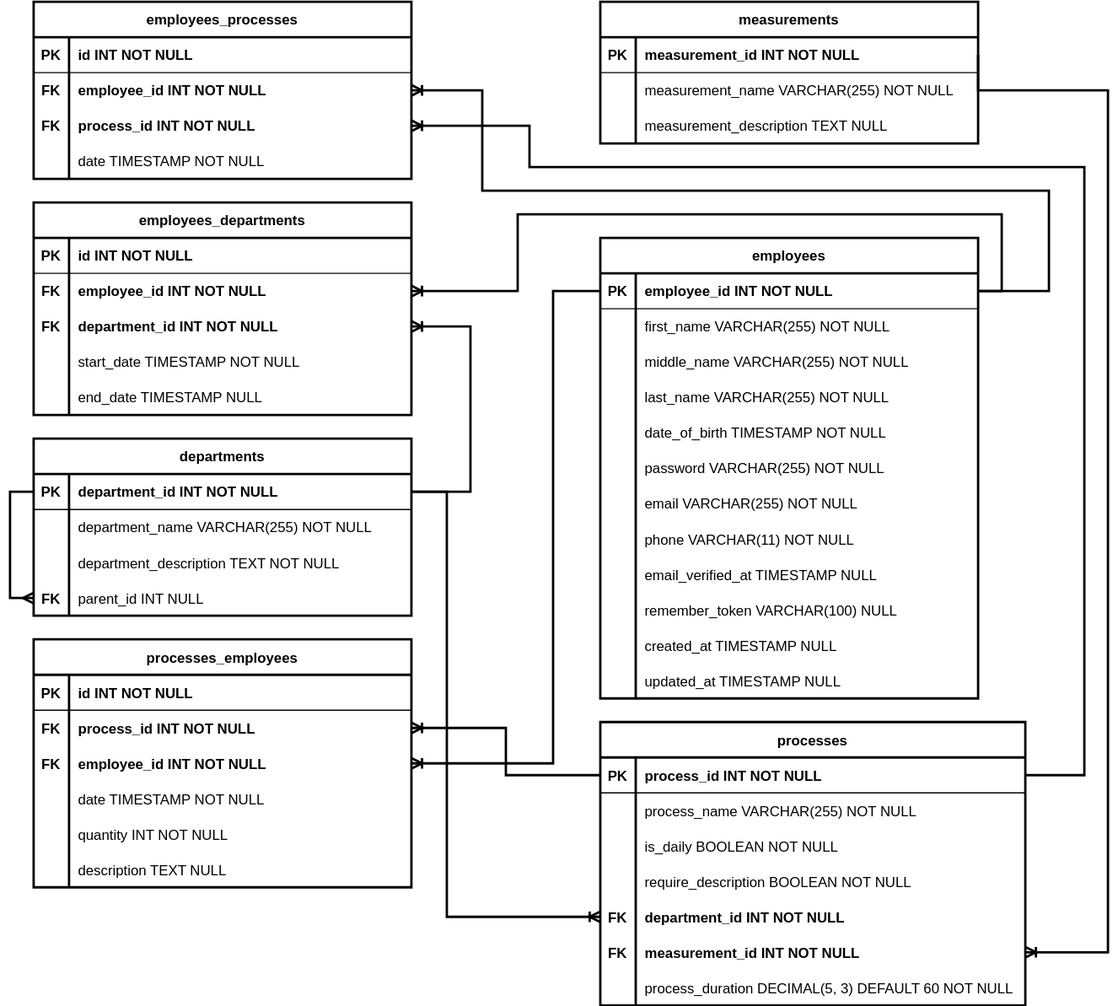
The draw.io diagram DatabaseStructure/DB structure new.drawio.svg in JNorri/library_time, before a commit. Source tidied: cells renumbered, new cells last; positions are measured from the earlier drawing's top-left corner, leaving out a move shared by most shapes.
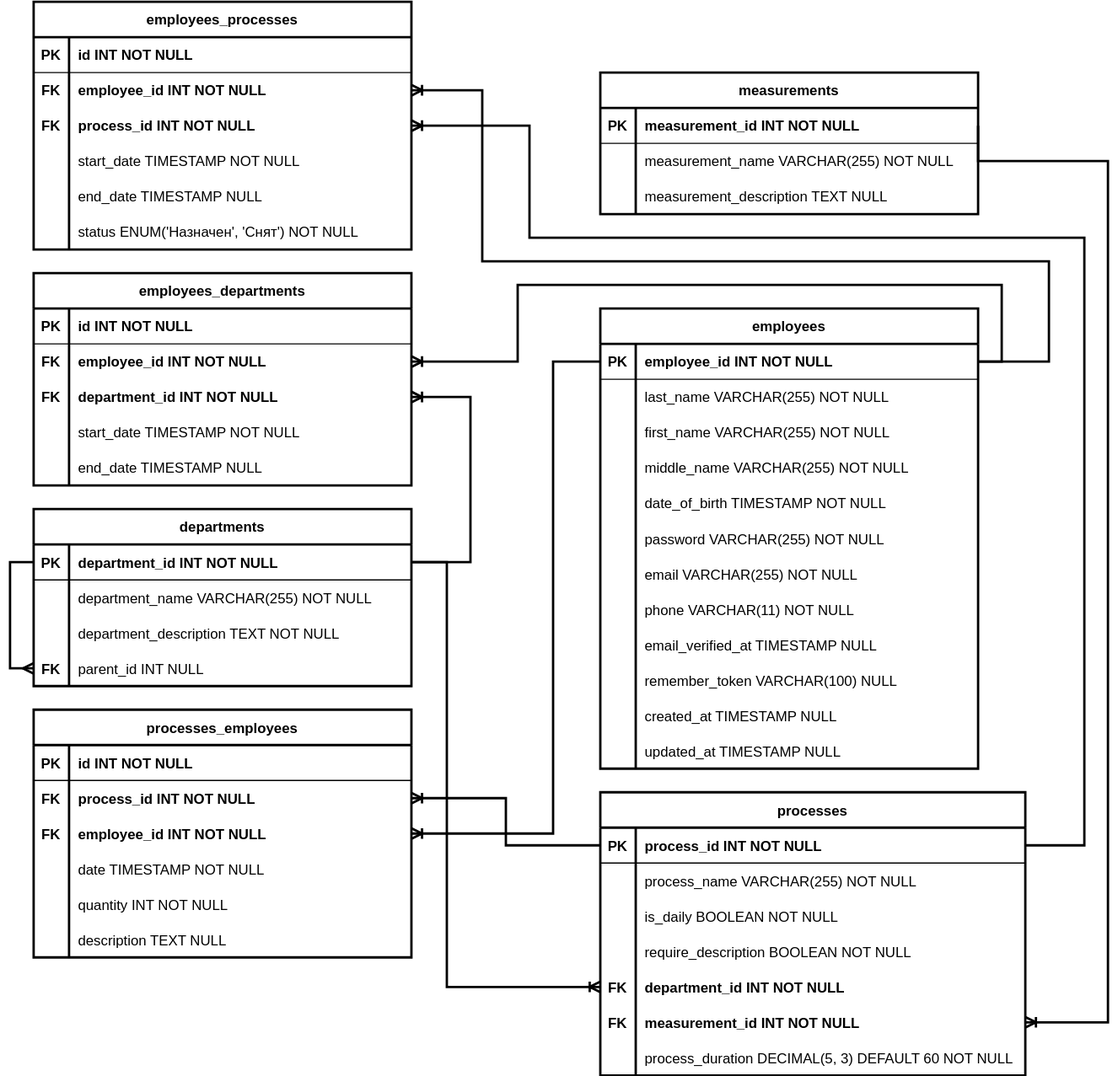
After the change.

Diff of the diagram source:
```diff
@@ -110,8 +110,17 @@
     <mxCell id="37" value="employee_id&#9;&#9;   INT NOT NULL" style="shape=partialRectangle;overflow=hidden;fillColor=none;align=left;strokeColor=inherit;top=0;left=0;bottom=0;right=0;spacingLeft=6;fontStyle=1;" parent="35" vertex="1">
       <mxGeometry x="30" width="290" height="30" as="geometry" />
     </mxCell>
+    <mxCell id="44" style="shape=tableRow;horizontal=0;startSize=0;swimlaneHead=0;swimlaneBody=0;fillColor=none;strokeColor=inherit;top=0;left=0;right=0;bottom=0;" parent="34" vertex="1">
+      <mxGeometry y="60" width="320" height="30" as="geometry" />
+    </mxCell>
+    <mxCell id="45" style="shape=partialRectangle;overflow=hidden;fillColor=none;strokeColor=inherit;top=0;left=0;bottom=0;right=0;" parent="44" vertex="1">
+      <mxGeometry width="30" height="30" as="geometry" />
+    </mxCell>
+    <mxCell id="46" value="last_name              VARCHAR(255)                      &#9;NOT NULL" style="shape=partialRectangle;overflow=hidden;fillColor=none;align=left;strokeColor=inherit;top=0;left=0;bottom=0;right=0;spacingLeft=6;" parent="44" vertex="1">
+      <mxGeometry x="30" width="290" height="30" as="geometry" />
+    </mxCell>
     <mxCell id="38" style="shape=tableRow;horizontal=0;startSize=0;swimlaneHead=0;swimlaneBody=0;fillColor=none;strokeColor=inherit;top=0;left=0;right=0;bottom=0;" parent="34" vertex="1">
-      <mxGeometry y="60" width="320" height="30" as="geometry" />
+      <mxGeometry y="90" width="320" height="30" as="geometry" />
     </mxCell>
     <mxCell id="39" style="shape=partialRectangle;overflow=hidden;fillColor=none;strokeColor=inherit;top=0;left=0;bottom=0;right=0;" parent="38" vertex="1">
       <mxGeometry width="30" height="30" as="geometry" />
@@ -120,7 +129,7 @@
       <mxGeometry x="30" width="290" height="30" as="geometry" />
     </mxCell>
     <mxCell id="41" style="shape=tableRow;horizontal=0;startSize=0;swimlaneHead=0;swimlaneBody=0;fillColor=none;strokeColor=inherit;top=0;left=0;right=0;bottom=0;" parent="34" vertex="1">
-      <mxGeometry y="90" width="320" height="30" as="geometry" />
+      <mxGeometry y="120" width="320" height="30" as="geometry" />
     </mxCell>
     <mxCell id="42" style="shape=partialRectangle;overflow=hidden;fillColor=none;strokeColor=inherit;top=0;left=0;bottom=0;right=0;" parent="41" vertex="1">
       <mxGeometry width="30" height="30" as="geometry" />
@@ -128,15 +137,6 @@
     <mxCell id="43" value="middle_name            VARCHAR(255)                      &#9;NOT NULL" style="shape=partialRectangle;overflow=hidden;fillColor=none;align=left;strokeColor=inherit;top=0;left=0;bottom=0;right=0;spacingLeft=6;" parent="41" vertex="1">
       <mxGeometry x="30" width="290" height="30" as="geometry" />
     </mxCell>
-    <mxCell id="44" style="shape=tableRow;horizontal=0;startSize=0;swimlaneHead=0;swimlaneBody=0;fillColor=none;strokeColor=inherit;top=0;left=0;right=0;bottom=0;" parent="34" vertex="1">
-      <mxGeometry y="120" width="320" height="30" as="geometry" />
-    </mxCell>
-    <mxCell id="45" style="shape=partialRectangle;overflow=hidden;fillColor=none;strokeColor=inherit;top=0;left=0;bottom=0;right=0;" parent="44" vertex="1">
-      <mxGeometry width="30" height="30" as="geometry" />
-    </mxCell>
-    <mxCell id="46" value="last_name              VARCHAR(255)                      &#9;NOT NULL" style="shape=partialRectangle;overflow=hidden;fillColor=none;align=left;strokeColor=inherit;top=0;left=0;bottom=0;right=0;spacingLeft=6;" parent="44" vertex="1">
-      <mxGeometry x="30" width="290" height="30" as="geometry" />
-    </mxCell>
     <mxCell id="47" style="shape=tableRow;horizontal=0;startSize=0;swimlaneHead=0;swimlaneBody=0;fillColor=none;strokeColor=inherit;top=0;left=0;right=0;bottom=0;" parent="34" vertex="1">
       <mxGeometry y="150" width="320" height="30" as="geometry" />
     </mxCell>
@@ -414,7 +414,7 @@
       </mxGeometry>
     </mxCell>
     <mxCell id="126" value="employees_processes" style="shape=table;startSize=30;rowLines=0;fontStyle=1;align=center;strokeWidth=2;fillColor=default;" parent="1" vertex="1">
-      <mxGeometry x="20" width="320" height="150" as="geometry" />
+      <mxGeometry x="20" y="-60" width="320" height="210" as="geometry" />
     </mxCell>
     <mxCell id="127" style="shape=tableRow;horizontal=0;startSize=0;swimlaneHead=0;swimlaneBody=0;fillColor=none;strokeColor=inherit;top=0;left=0;right=0;bottom=1;swimlaneLine=0;" parent="126" vertex="1">
       <mxGeometry y="30" width="320" height="30" as="geometry" />
@@ -449,13 +449,31 @@
     <mxCell id="137" style="shape=partialRectangle;overflow=hidden;fillColor=none;strokeColor=inherit;top=0;left=0;bottom=0;right=0;" parent="136" vertex="1">
       <mxGeometry width="30" height="30" as="geometry" />
     </mxCell>
-    <mxCell id="138" value="date TIMESTAMP &#9;NOT NULL" style="shape=partialRectangle;overflow=hidden;fillColor=none;align=left;strokeColor=inherit;top=0;left=0;bottom=0;right=0;spacingLeft=6;" parent="136" vertex="1">
+    <mxCell id="138" value="start_date TIMESTAMP &#9;NOT NULL" style="shape=partialRectangle;overflow=hidden;fillColor=none;align=left;strokeColor=inherit;top=0;left=0;bottom=0;right=0;spacingLeft=6;" parent="136" vertex="1">
       <mxGeometry x="30" width="290" height="30" as="geometry" />
     </mxCell>
+    <mxCell id="141" style="shape=tableRow;horizontal=0;startSize=0;swimlaneHead=0;swimlaneBody=0;fillColor=none;strokeColor=inherit;top=0;left=0;right=0;bottom=0;" parent="126" vertex="1">
+      <mxGeometry y="150" width="320" height="30" as="geometry" />
+    </mxCell>
+    <mxCell id="142" style="shape=partialRectangle;overflow=hidden;fillColor=none;strokeColor=inherit;top=0;left=0;bottom=0;right=0;" parent="141" vertex="1">
+      <mxGeometry width="30" height="30" as="geometry" />
+    </mxCell>
+    <mxCell id="143" value="end_date TIMESTAMP NULL" style="shape=partialRectangle;overflow=hidden;fillColor=none;align=left;strokeColor=inherit;top=0;left=0;bottom=0;right=0;spacingLeft=6;" parent="141" vertex="1">
+      <mxGeometry x="30" width="290" height="30" as="geometry" />
+    </mxCell>
+    <mxCell id="144" style="shape=tableRow;horizontal=0;startSize=0;swimlaneHead=0;swimlaneBody=0;fillColor=none;strokeColor=inherit;top=0;left=0;right=0;bottom=0;" parent="126" vertex="1">
+      <mxGeometry y="180" width="320" height="30" as="geometry" />
+    </mxCell>
+    <mxCell id="145" style="shape=partialRectangle;overflow=hidden;fillColor=none;strokeColor=inherit;top=0;left=0;bottom=0;right=0;" parent="144" vertex="1">
+      <mxGeometry width="30" height="30" as="geometry" />
+    </mxCell>
+    <mxCell id="146" value="status ENUM('Назначен', 'Cнят') NOT NULL" style="shape=partialRectangle;overflow=hidden;fillColor=none;align=left;strokeColor=inherit;top=0;left=0;bottom=0;right=0;spacingLeft=6;" parent="144" vertex="1">
+      <mxGeometry x="30" width="290" height="30" as="geometry" />
+    </mxCell>
     <mxCell id="139" style="edgeStyle=orthogonalEdgeStyle;fontSize=12;html=1;endArrow=none;rounded=0;entryX=1;entryY=0.5;entryDx=0;entryDy=0;strokeWidth=2;startArrow=ERoneToMany;startFill=0;endFill=0;exitX=1;exitY=0.5;exitDx=0;exitDy=0;" parent="1" edge="1" source="133" target="13">
       <mxGeometry relative="1" as="geometry">
         <Array as="points">
-          <mxPoint x="440" y="105" />
+          <mxPoint x="440" y="45" />
           <mxPoint x="440" y="140" />
           <mxPoint x="910" y="140" />
           <mxPoint x="910" y="655" />
@@ -465,7 +483,7 @@
     <mxCell id="140" style="edgeStyle=orthogonalEdgeStyle;fontSize=12;html=1;endArrow=none;rounded=0;strokeWidth=2;startArrow=ERoneToMany;startFill=0;endFill=0;entryX=1;entryY=0.5;entryDx=0;entryDy=0;exitX=1;exitY=0.5;exitDx=0;exitDy=0;" parent="1" edge="1" source="130" target="35">
       <mxGeometry relative="1" as="geometry">
         <Array as="points">
-          <mxPoint x="400" y="75" />
+          <mxPoint x="400" y="15" />
           <mxPoint x="400" y="160" />
           <mxPoint x="880" y="160" />
           <mxPoint x="880" y="245" />
```
